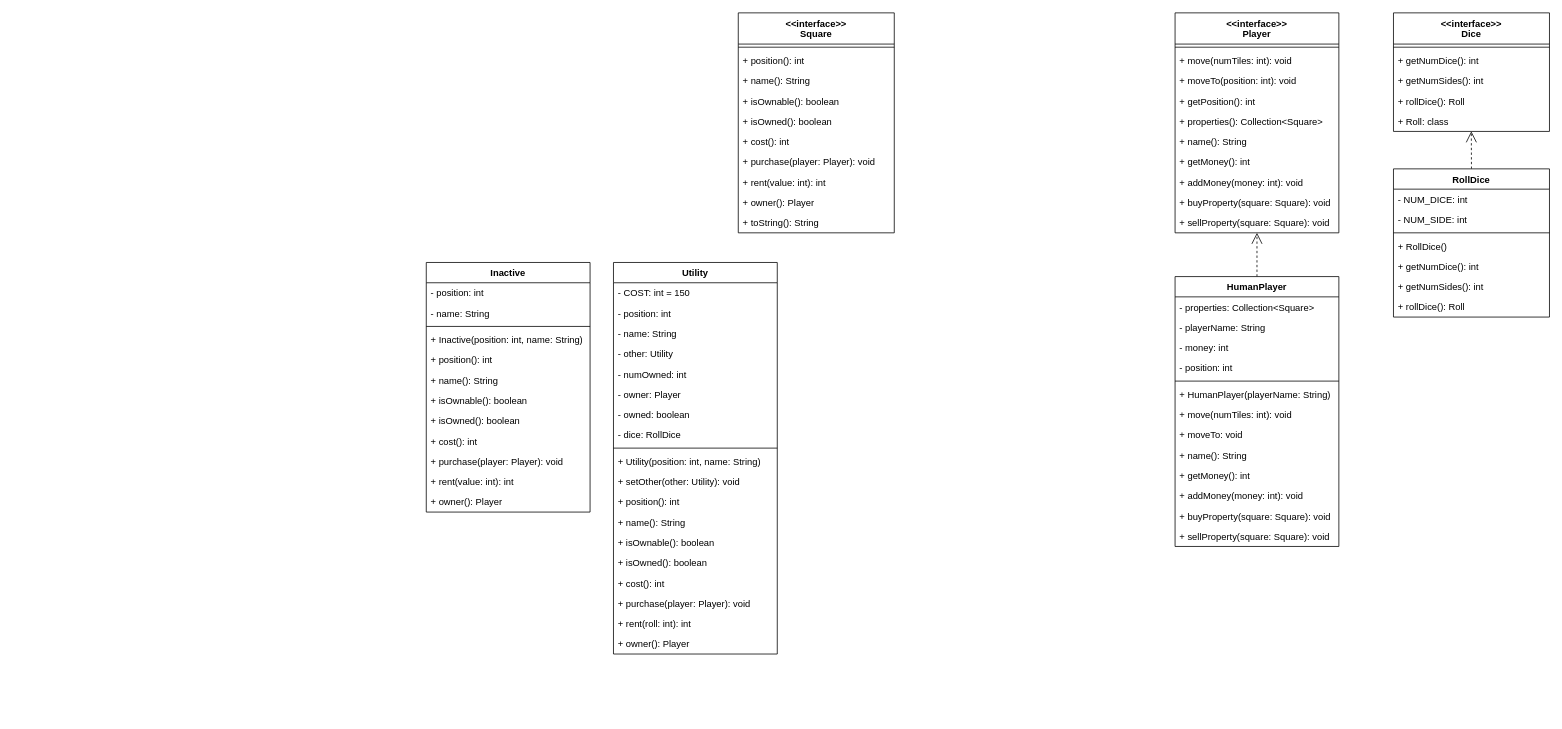
trong0dn/monopoly keeps this draw.io diagram as M1_ClassUML.drawio. Above is the earlier version. Source tidied: cells renumbered, new cells numbered last; positions are measured from the earlier drawing's top-left corner, leaving out a move shared by most shapes. Both pictures are drawn from the tidied source at 78%, with x=0, y=0 at pixel (426, 12).
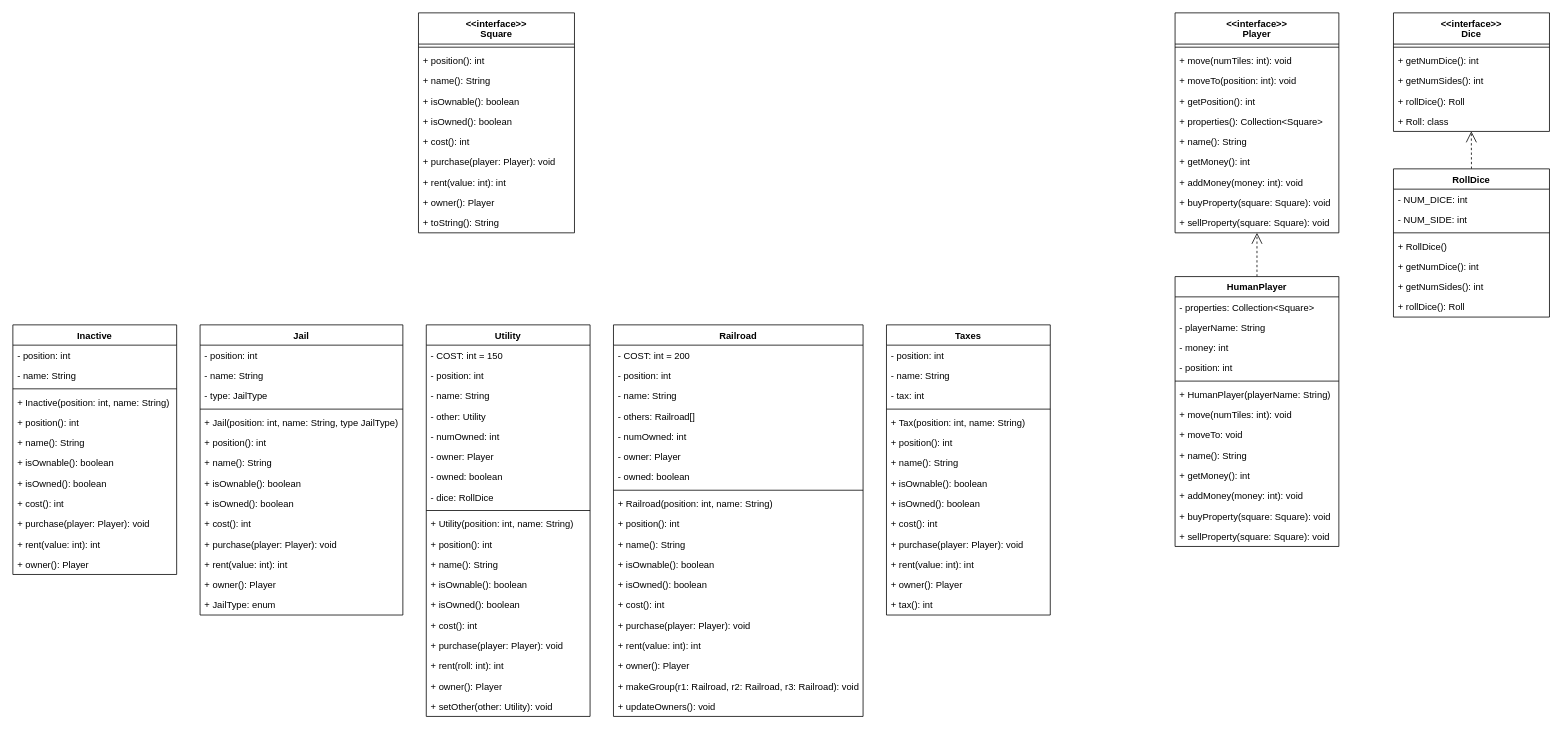
After the change.

Change to the diagram source:
```diff
@@
     <mxCell id="2" value="&lt;&lt;interface&gt;&gt;&#10;Square" style="swimlane;fontStyle=1;align=center;verticalAlign=top;horizontal=1;startSize=40;" parent="1" vertex="1">
-      <mxGeometry x="400" width="200" height="282" as="geometry" />
+      <mxGeometry x="-10" width="200" height="282" as="geometry" />
     </mxCell>
@@
     <mxCell id="54" value="Inactive" style="swimlane;fontStyle=1;align=center;verticalAlign=top;horizontal=1;startSize=26;" parent="1" vertex="1">
-      <mxGeometry y="320" width="210" height="320" as="geometry" />
+      <mxGeometry x="-530" y="400" width="210" height="320" as="geometry" />
     </mxCell>
@@
     <mxCell id="67" value="Utility" style="swimlane;fontStyle=1;align=center;verticalAlign=top;horizontal=1;startSize=26;" parent="1" vertex="1">
-      <mxGeometry x="240" y="320" width="210" height="502" as="geometry" />
+      <mxGeometry y="400" width="210" height="502" as="geometry" />
     </mxCell>
@@
-    <mxCell id="78" value="+ setOther(other: Utility): void" style="text;strokeColor=none;fillColor=none;align=left;verticalAlign=top;spacingLeft=4;spacingRight=4;overflow=hidden;" parent="67" vertex="1">
-      <mxGeometry y="268" width="210" height="26" as="geometry" />
-    </mxCell>
     <mxCell id="79" value="+ position(): int" style="text;strokeColor=none;fillColor=none;align=left;verticalAlign=top;spacingLeft=4;spacingRight=4;overflow=hidden;" parent="67" vertex="1">
-      <mxGeometry y="294" width="210" height="26" as="geometry" />
+      <mxGeometry y="268" width="210" height="26" as="geometry" />
     </mxCell>
     <mxCell id="80" value="+ name(): String" style="text;strokeColor=none;fillColor=none;align=left;verticalAlign=top;spacingLeft=4;spacingRight=4;overflow=hidden;" parent="67" vertex="1">
-      <mxGeometry y="320" width="210" height="26" as="geometry" />
+      <mxGeometry y="294" width="210" height="26" as="geometry" />
     </mxCell>
     <mxCell id="81" value="+ isOwnable(): boolean" style="text;strokeColor=none;fillColor=none;align=left;verticalAlign=top;spacingLeft=4;spacingRight=4;overflow=hidden;" parent="67" vertex="1">
-      <mxGeometry y="346" width="210" height="26" as="geometry" />
+      <mxGeometry y="320" width="210" height="26" as="geometry" />
     </mxCell>
     <mxCell id="82" value="+ isOwned(): boolean " style="text;strokeColor=none;fillColor=none;align=left;verticalAlign=top;spacingLeft=4;spacingRight=4;overflow=hidden;" parent="67" vertex="1">
-      <mxGeometry y="372" width="210" height="26" as="geometry" />
+      <mxGeometry y="346" width="210" height="26" as="geometry" />
     </mxCell>
     <mxCell id="83" value="+ cost(): int" style="text;strokeColor=none;fillColor=none;align=left;verticalAlign=top;spacingLeft=4;spacingRight=4;overflow=hidden;" parent="67" vertex="1">
-      <mxGeometry y="398" width="210" height="26" as="geometry" />
+      <mxGeometry y="372" width="210" height="26" as="geometry" />
     </mxCell>
     <mxCell id="84" value="+ purchase(player: Player): void" style="text;strokeColor=none;fillColor=none;align=left;verticalAlign=top;spacingLeft=4;spacingRight=4;overflow=hidden;" parent="67" vertex="1">
-      <mxGeometry y="424" width="210" height="26" as="geometry" />
+      <mxGeometry y="398" width="210" height="26" as="geometry" />
     </mxCell>
     <mxCell id="85" value="+ rent(roll: int): int" style="text;strokeColor=none;fillColor=none;align=left;verticalAlign=top;spacingLeft=4;spacingRight=4;overflow=hidden;" parent="67" vertex="1">
-      <mxGeometry y="450" width="210" height="26" as="geometry" />
+      <mxGeometry y="424" width="210" height="26" as="geometry" />
     </mxCell>
     <mxCell id="86" value="+ owner(): Player" style="text;strokeColor=none;fillColor=none;align=left;verticalAlign=top;spacingLeft=4;spacingRight=4;overflow=hidden;" parent="67" vertex="1">
-      <mxGeometry y="476" width="210" height="26" as="geometry" />
+      <mxGeometry y="450" width="210" height="26" as="geometry" />
     </mxCell>
+    <mxCell id="78" value="+ setOther(other: Utility): void" style="text;strokeColor=none;fillColor=none;align=left;verticalAlign=top;spacingLeft=4;spacingRight=4;overflow=hidden;" parent="67" vertex="1">
+      <mxGeometry y="476" width="210" height="26" as="geometry" />
+    </mxCell>
+    <mxCell id="87" value="Taxes" style="swimlane;fontStyle=1;align=center;verticalAlign=top;horizontal=1;startSize=26;" parent="1" vertex="1">
+      <mxGeometry x="590" y="400" width="210" height="372" as="geometry" />
+    </mxCell>
+    <mxCell id="88" value="- position: int" style="text;strokeColor=none;fillColor=none;align=left;verticalAlign=top;spacingLeft=4;spacingRight=4;overflow=hidden;" parent="87" vertex="1">
+      <mxGeometry y="26" width="210" height="26" as="geometry" />
+    </mxCell>
+    <mxCell id="89" value="- name: String" style="text;strokeColor=none;fillColor=none;align=left;verticalAlign=top;spacingLeft=4;spacingRight=4;overflow=hidden;" parent="87" vertex="1">
+      <mxGeometry y="52" width="210" height="26" as="geometry" />
+    </mxCell>
+    <mxCell id="90" value="- tax: int" style="text;strokeColor=none;fillColor=none;align=left;verticalAlign=top;spacingLeft=4;spacingRight=4;overflow=hidden;" parent="87" vertex="1">
+      <mxGeometry y="78" width="210" height="26" as="geometry" />
+    </mxCell>
+    <mxCell id="91" style="line;strokeWidth=1;fillColor=none;align=left;verticalAlign=middle;spacingTop=-1;spacingLeft=3;spacingRight=3;labelPosition=right;" parent="87" vertex="1">
+      <mxGeometry y="104" width="210" height="8" as="geometry" />
+    </mxCell>
+    <mxCell id="92" value="+ Tax(position: int, name: String)" style="text;strokeColor=none;fillColor=none;align=left;verticalAlign=top;spacingLeft=4;spacingRight=4;overflow=hidden;" parent="87" vertex="1">
+      <mxGeometry y="112" width="210" height="26" as="geometry" />
+    </mxCell>
+    <mxCell id="93" value="+ position(): int" style="text;strokeColor=none;fillColor=none;align=left;verticalAlign=top;spacingLeft=4;spacingRight=4;overflow=hidden;" parent="87" vertex="1">
+      <mxGeometry y="138" width="210" height="26" as="geometry" />
+    </mxCell>
+    <mxCell id="94" value="+ name(): String" style="text;strokeColor=none;fillColor=none;align=left;verticalAlign=top;spacingLeft=4;spacingRight=4;overflow=hidden;" parent="87" vertex="1">
+      <mxGeometry y="164" width="210" height="26" as="geometry" />
+    </mxCell>
+    <mxCell id="95" value="+ isOwnable(): boolean" style="text;strokeColor=none;fillColor=none;align=left;verticalAlign=top;spacingLeft=4;spacingRight=4;overflow=hidden;" parent="87" vertex="1">
+      <mxGeometry y="190" width="210" height="26" as="geometry" />
+    </mxCell>
+    <mxCell id="96" value="+ isOwned(): boolean " style="text;strokeColor=none;fillColor=none;align=left;verticalAlign=top;spacingLeft=4;spacingRight=4;overflow=hidden;" parent="87" vertex="1">
+      <mxGeometry y="216" width="210" height="26" as="geometry" />
+    </mxCell>
+    <mxCell id="97" value="+ cost(): int" style="text;strokeColor=none;fillColor=none;align=left;verticalAlign=top;spacingLeft=4;spacingRight=4;overflow=hidden;" parent="87" vertex="1">
+      <mxGeometry y="242" width="210" height="26" as="geometry" />
+    </mxCell>
+    <mxCell id="98" value="+ purchase(player: Player): void" style="text;strokeColor=none;fillColor=none;align=left;verticalAlign=top;spacingLeft=4;spacingRight=4;overflow=hidden;" parent="87" vertex="1">
+      <mxGeometry y="268" width="210" height="26" as="geometry" />
+    </mxCell>
+    <mxCell id="99" value="+ rent(value: int): int" style="text;strokeColor=none;fillColor=none;align=left;verticalAlign=top;spacingLeft=4;spacingRight=4;overflow=hidden;" parent="87" vertex="1">
+      <mxGeometry y="294" width="210" height="26" as="geometry" />
+    </mxCell>
+    <mxCell id="100" value="+ owner(): Player" style="text;strokeColor=none;fillColor=none;align=left;verticalAlign=top;spacingLeft=4;spacingRight=4;overflow=hidden;" parent="87" vertex="1">
+      <mxGeometry y="320" width="210" height="26" as="geometry" />
+    </mxCell>
+    <mxCell id="101" value="+ tax(): int" style="text;strokeColor=none;fillColor=none;align=left;verticalAlign=top;spacingLeft=4;spacingRight=4;overflow=hidden;" parent="87" vertex="1">
+      <mxGeometry y="346" width="210" height="26" as="geometry" />
+    </mxCell>
+    <mxCell id="102" value="Railroad" style="swimlane;fontStyle=1;align=center;verticalAlign=top;horizontal=1;startSize=26;" parent="1" vertex="1">
+      <mxGeometry x="240" y="400" width="320" height="502" as="geometry" />
+    </mxCell>
+    <mxCell id="103" value="- COST: int = 200" style="text;strokeColor=none;fillColor=none;align=left;verticalAlign=top;spacingLeft=4;spacingRight=4;overflow=hidden;" parent="102" vertex="1">
+      <mxGeometry y="26" width="320" height="26" as="geometry" />
+    </mxCell>
+    <mxCell id="104" value="- position: int" style="text;strokeColor=none;fillColor=none;align=left;verticalAlign=top;spacingLeft=4;spacingRight=4;overflow=hidden;" parent="102" vertex="1">
+      <mxGeometry y="52" width="320" height="26" as="geometry" />
+    </mxCell>
+    <mxCell id="105" value="- name: String" style="text;strokeColor=none;fillColor=none;align=left;verticalAlign=top;spacingLeft=4;spacingRight=4;overflow=hidden;" parent="102" vertex="1">
+      <mxGeometry y="78" width="320" height="26" as="geometry" />
+    </mxCell>
+    <mxCell id="106" value="- others: Railroad[]" style="text;strokeColor=none;fillColor=none;align=left;verticalAlign=top;spacingLeft=4;spacingRight=4;overflow=hidden;" parent="102" vertex="1">
+      <mxGeometry y="104" width="320" height="26" as="geometry" />
+    </mxCell>
+    <mxCell id="107" value="- numOwned: int" style="text;strokeColor=none;fillColor=none;align=left;verticalAlign=top;spacingLeft=4;spacingRight=4;overflow=hidden;" parent="102" vertex="1">
+      <mxGeometry y="130" width="320" height="26" as="geometry" />
+    </mxCell>
+    <mxCell id="108" value="- owner: Player" style="text;strokeColor=none;fillColor=none;align=left;verticalAlign=top;spacingLeft=4;spacingRight=4;overflow=hidden;" parent="102" vertex="1">
+      <mxGeometry y="156" width="320" height="26" as="geometry" />
+    </mxCell>
+    <mxCell id="109" value="- owned: boolean" style="text;strokeColor=none;fillColor=none;align=left;verticalAlign=top;spacingLeft=4;spacingRight=4;overflow=hidden;" parent="102" vertex="1">
+      <mxGeometry y="182" width="320" height="26" as="geometry" />
+    </mxCell>
+    <mxCell id="110" style="line;strokeWidth=1;fillColor=none;align=left;verticalAlign=middle;spacingTop=-1;spacingLeft=3;spacingRight=3;labelPosition=right;" parent="102" vertex="1">
+      <mxGeometry y="208" width="320" height="8" as="geometry" />
+    </mxCell>
+    <mxCell id="111" value="+ Railroad(position: int, name: String)" style="text;strokeColor=none;fillColor=none;align=left;verticalAlign=top;spacingLeft=4;spacingRight=4;overflow=hidden;" parent="102" vertex="1">
+      <mxGeometry y="216" width="320" height="26" as="geometry" />
+    </mxCell>
+    <mxCell id="112" value="+ position(): int" style="text;strokeColor=none;fillColor=none;align=left;verticalAlign=top;spacingLeft=4;spacingRight=4;overflow=hidden;" parent="102" vertex="1">
+      <mxGeometry y="242" width="320" height="26" as="geometry" />
+    </mxCell>
+    <mxCell id="113" value="+ name(): String" style="text;strokeColor=none;fillColor=none;align=left;verticalAlign=top;spacingLeft=4;spacingRight=4;overflow=hidden;" parent="102" vertex="1">
+      <mxGeometry y="268" width="320" height="26" as="geometry" />
+    </mxCell>
+    <mxCell id="114" value="+ isOwnable(): boolean" style="text;strokeColor=none;fillColor=none;align=left;verticalAlign=top;spacingLeft=4;spacingRight=4;overflow=hidden;" parent="102" vertex="1">
+      <mxGeometry y="294" width="320" height="26" as="geometry" />
+    </mxCell>
+    <mxCell id="115" value="+ isOwned(): boolean " style="text;strokeColor=none;fillColor=none;align=left;verticalAlign=top;spacingLeft=4;spacingRight=4;overflow=hidden;" parent="102" vertex="1">
+      <mxGeometry y="320" width="320" height="26" as="geometry" />
+    </mxCell>
+    <mxCell id="116" value="+ cost(): int" style="text;strokeColor=none;fillColor=none;align=left;verticalAlign=top;spacingLeft=4;spacingRight=4;overflow=hidden;" parent="102" vertex="1">
+      <mxGeometry y="346" width="320" height="26" as="geometry" />
+    </mxCell>
+    <mxCell id="117" value="+ purchase(player: Player): void" style="text;strokeColor=none;fillColor=none;align=left;verticalAlign=top;spacingLeft=4;spacingRight=4;overflow=hidden;" parent="102" vertex="1">
+      <mxGeometry y="372" width="320" height="26" as="geometry" />
+    </mxCell>
+    <mxCell id="118" value="+ rent(value: int): int" style="text;strokeColor=none;fillColor=none;align=left;verticalAlign=top;spacingLeft=4;spacingRight=4;overflow=hidden;" parent="102" vertex="1">
+      <mxGeometry y="398" width="320" height="26" as="geometry" />
+    </mxCell>
+    <mxCell id="119" value="+ owner(): Player" style="text;strokeColor=none;fillColor=none;align=left;verticalAlign=top;spacingLeft=4;spacingRight=4;overflow=hidden;" parent="102" vertex="1">
+      <mxGeometry y="424" width="320" height="26" as="geometry" />
+    </mxCell>
+    <mxCell id="120" value="+ makeGroup(r1: Railroad, r2: Railroad, r3: Railroad): void" style="text;strokeColor=none;fillColor=none;align=left;verticalAlign=top;spacingLeft=4;spacingRight=4;overflow=hidden;" parent="102" vertex="1">
+      <mxGeometry y="450" width="320" height="26" as="geometry" />
+    </mxCell>
+    <mxCell id="121" value="+ updateOwners(): void" style="text;strokeColor=none;fillColor=none;align=left;verticalAlign=top;spacingLeft=4;spacingRight=4;overflow=hidden;" parent="102" vertex="1">
+      <mxGeometry y="476" width="320" height="26" as="geometry" />
+    </mxCell>
+    <mxCell id="122" value="Jail" style="swimlane;fontStyle=1;align=center;verticalAlign=top;horizontal=1;startSize=26;" parent="1" vertex="1">
+      <mxGeometry x="-290" y="400" width="260" height="372" as="geometry" />
+    </mxCell>
+    <mxCell id="123" value="- position: int" style="text;strokeColor=none;fillColor=none;align=left;verticalAlign=top;spacingLeft=4;spacingRight=4;overflow=hidden;" parent="122" vertex="1">
+      <mxGeometry y="26" width="260" height="26" as="geometry" />
+    </mxCell>
+    <mxCell id="124" value="- name: String" style="text;strokeColor=none;fillColor=none;align=left;verticalAlign=top;spacingLeft=4;spacingRight=4;overflow=hidden;" parent="122" vertex="1">
+      <mxGeometry y="52" width="260" height="26" as="geometry" />
+    </mxCell>
+    <mxCell id="125" value="- type: JailType" style="text;strokeColor=none;fillColor=none;align=left;verticalAlign=top;spacingLeft=4;spacingRight=4;overflow=hidden;" parent="122" vertex="1">
+      <mxGeometry y="78" width="260" height="26" as="geometry" />
+    </mxCell>
+    <mxCell id="126" style="line;strokeWidth=1;fillColor=none;align=left;verticalAlign=middle;spacingTop=-1;spacingLeft=3;spacingRight=3;labelPosition=right;" parent="122" vertex="1">
+      <mxGeometry y="104" width="260" height="8" as="geometry" />
+    </mxCell>
+    <mxCell id="127" value="+ Jail(position: int, name: String, type JailType)" style="text;strokeColor=none;fillColor=none;align=left;verticalAlign=top;spacingLeft=4;spacingRight=4;overflow=hidden;" parent="122" vertex="1">
+      <mxGeometry y="112" width="260" height="26" as="geometry" />
+    </mxCell>
+    <mxCell id="128" value="+ position(): int" style="text;strokeColor=none;fillColor=none;align=left;verticalAlign=top;spacingLeft=4;spacingRight=4;overflow=hidden;" parent="122" vertex="1">
+      <mxGeometry y="138" width="260" height="26" as="geometry" />
+    </mxCell>
+    <mxCell id="129" value="+ name(): String" style="text;strokeColor=none;fillColor=none;align=left;verticalAlign=top;spacingLeft=4;spacingRight=4;overflow=hidden;" parent="122" vertex="1">
+      <mxGeometry y="164" width="260" height="26" as="geometry" />
+    </mxCell>
+    <mxCell id="130" value="+ isOwnable(): boolean" style="text;strokeColor=none;fillColor=none;align=left;verticalAlign=top;spacingLeft=4;spacingRight=4;overflow=hidden;" parent="122" vertex="1">
+      <mxGeometry y="190" width="260" height="26" as="geometry" />
+    </mxCell>
+    <mxCell id="131" value="+ isOwned(): boolean " style="text;strokeColor=none;fillColor=none;align=left;verticalAlign=top;spacingLeft=4;spacingRight=4;overflow=hidden;" parent="122" vertex="1">
+      <mxGeometry y="216" width="260" height="26" as="geometry" />
+    </mxCell>
+    <mxCell id="132" value="+ cost(): int" style="text;strokeColor=none;fillColor=none;align=left;verticalAlign=top;spacingLeft=4;spacingRight=4;overflow=hidden;" parent="122" vertex="1">
+      <mxGeometry y="242" width="260" height="26" as="geometry" />
+    </mxCell>
+    <mxCell id="133" value="+ purchase(player: Player): void" style="text;strokeColor=none;fillColor=none;align=left;verticalAlign=top;spacingLeft=4;spacingRight=4;overflow=hidden;" parent="122" vertex="1">
+      <mxGeometry y="268" width="260" height="26" as="geometry" />
+    </mxCell>
+    <mxCell id="134" value="+ rent(value: int): int" style="text;strokeColor=none;fillColor=none;align=left;verticalAlign=top;spacingLeft=4;spacingRight=4;overflow=hidden;" parent="122" vertex="1">
+      <mxGeometry y="294" width="260" height="26" as="geometry" />
+    </mxCell>
+    <mxCell id="135" value="+ owner(): Player" style="text;strokeColor=none;fillColor=none;align=left;verticalAlign=top;spacingLeft=4;spacingRight=4;overflow=hidden;" parent="122" vertex="1">
+      <mxGeometry y="320" width="260" height="26" as="geometry" />
+    </mxCell>
+    <mxCell id="136" value="+ JailType: enum" style="text;strokeColor=none;fillColor=none;align=left;verticalAlign=top;spacingLeft=4;spacingRight=4;overflow=hidden;" parent="122" vertex="1">
+      <mxGeometry y="346" width="260" height="26" as="geometry" />
+    </mxCell>
```
